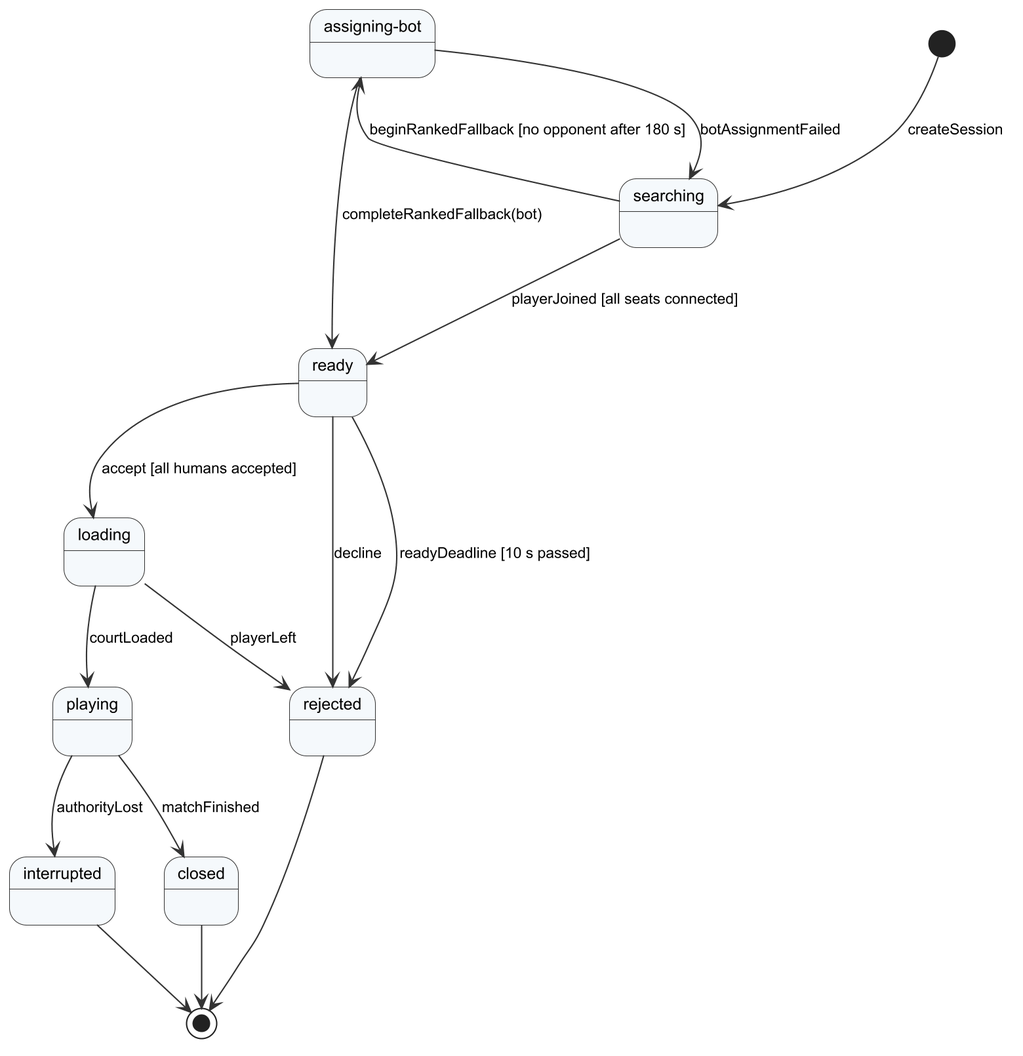
The PlantUML diagram Doc/Project_report/Report/diagrams/png/r4_sm_room.png in Tad-Min/PickleVerse, before a commit. The source it was exported from:
```plantuml
@startuml r4_sm_room
!include _style.iuml
state "assigning-bot" as assigning_bot
[*] --> searching : createSession
searching --> assigning_bot : beginRankedFallback [no opponent after 180 s]
assigning_bot --> searching : botAssignmentFailed
assigning_bot --> ready : completeRankedFallback(bot)
searching --> ready : playerJoined [all seats connected]
ready --> loading : accept [all humans accepted]
ready --> rejected : decline
ready --> rejected : readyDeadline [10 s passed]
loading --> playing : courtLoaded
loading --> rejected : playerLeft
playing --> interrupted : authorityLost
playing --> closed : matchFinished
rejected --> [*]
interrupted --> [*]
closed --> [*]
@enduml
```
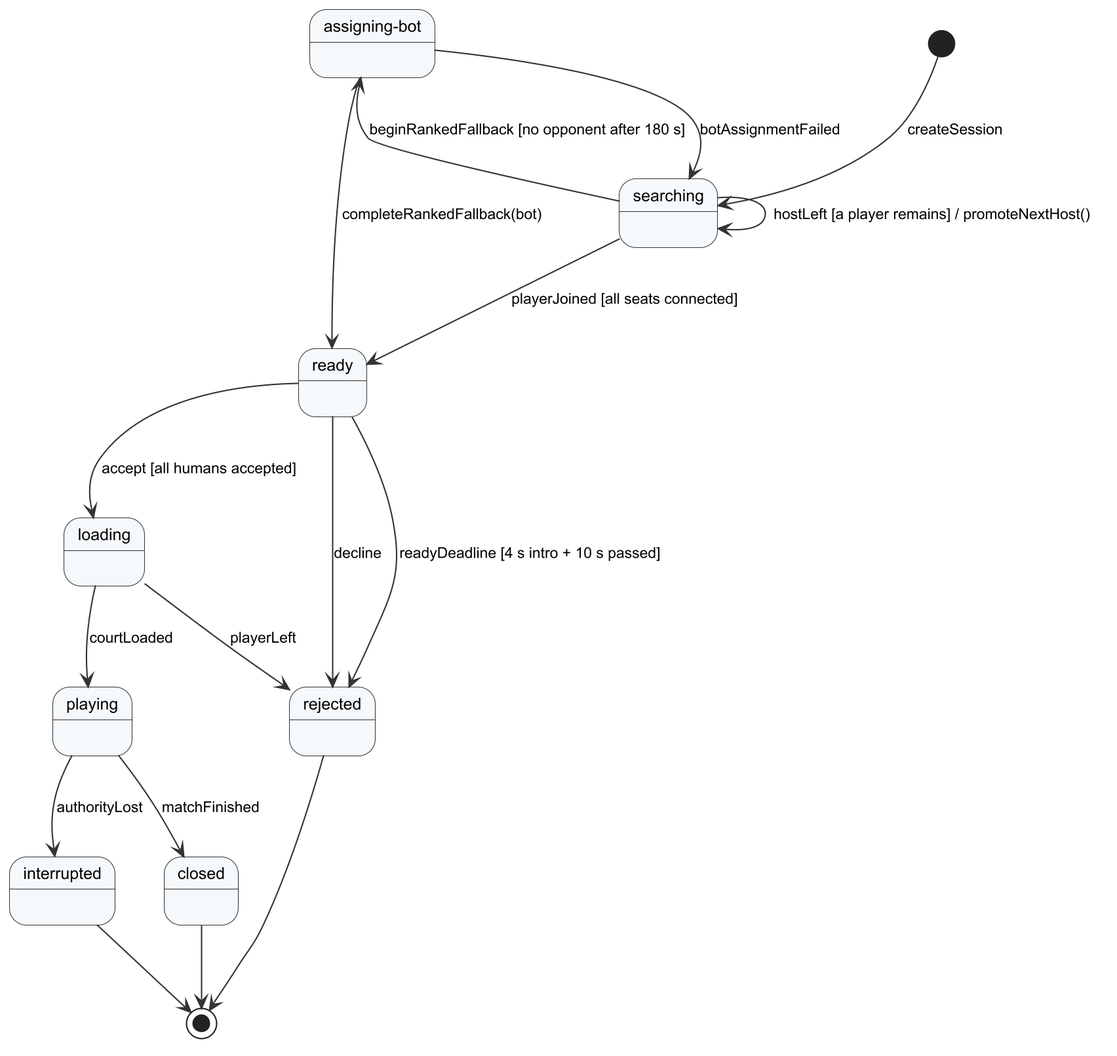
After the change.

What changed in the source:
```diff
@@ -2,13 +2,14 @@
 !include _style.iuml
 state "assigning-bot" as assigning_bot
 [*] --> searching : createSession
+searching --> searching : hostLeft [a player remains] / promoteNextHost()
 searching --> assigning_bot : beginRankedFallback [no opponent after 180 s]
 assigning_bot --> searching : botAssignmentFailed
 assigning_bot --> ready : completeRankedFallback(bot)
 searching --> ready : playerJoined [all seats connected]
 ready --> loading : accept [all humans accepted]
 ready --> rejected : decline
-ready --> rejected : readyDeadline [10 s passed]
+ready --> rejected : readyDeadline [4 s intro + 10 s passed]
 loading --> playing : courtLoaded
 loading --> rejected : playerLeft
 playing --> interrupted : authorityLost
```
